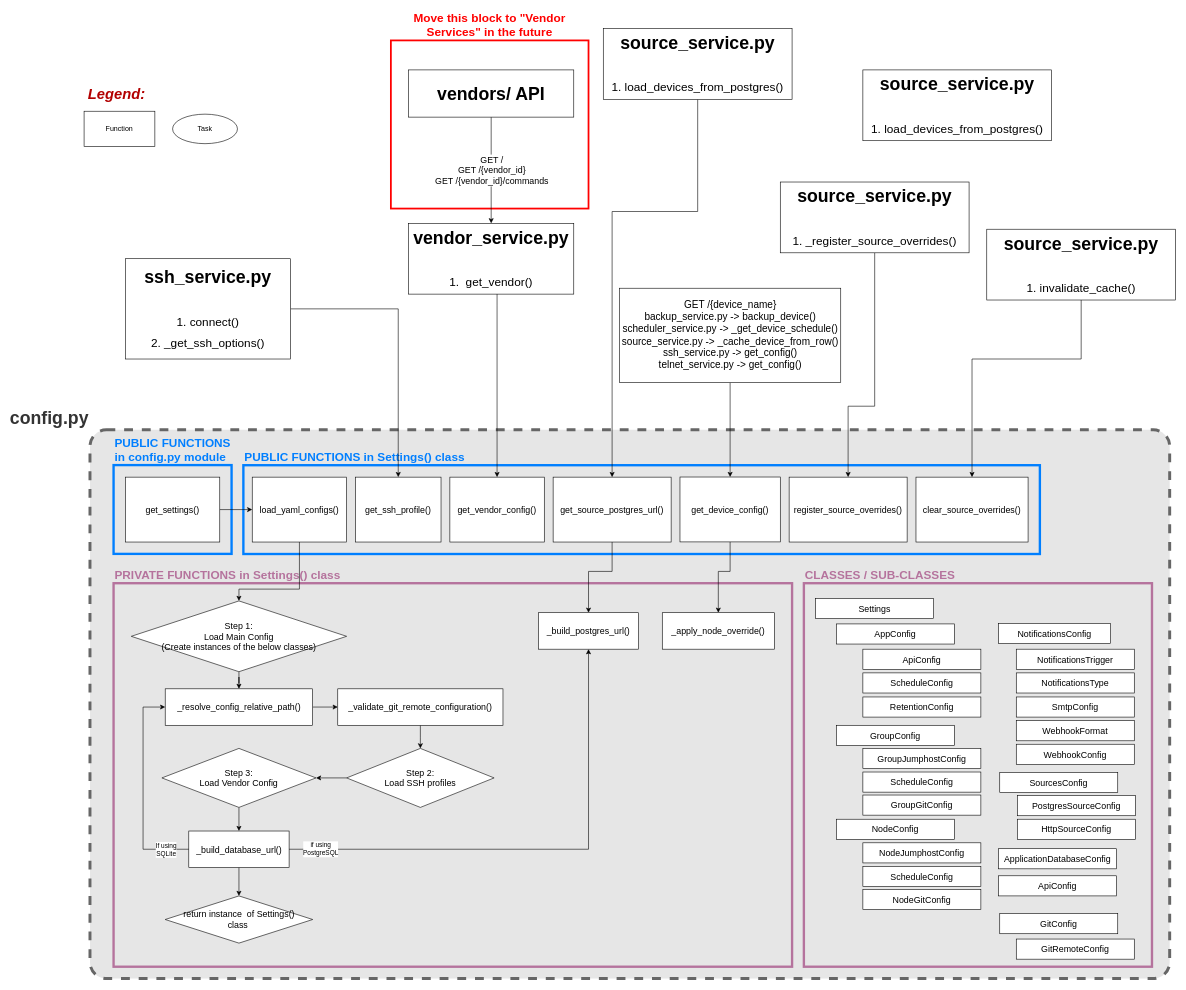
This is page "config.py" (3 of 4) of KiwiSSH.drawio from casudo/KiwiSSH, a draw.io file, before an edit. Source tidied: cells renumbered, new cells numbered last; positions are measured from the earlier drawing's top-left corner, leaving out a move shared by most shapes. Both pictures are drawn from the tidied source at 59%, with x=0, y=0 at pixel (84, 28).
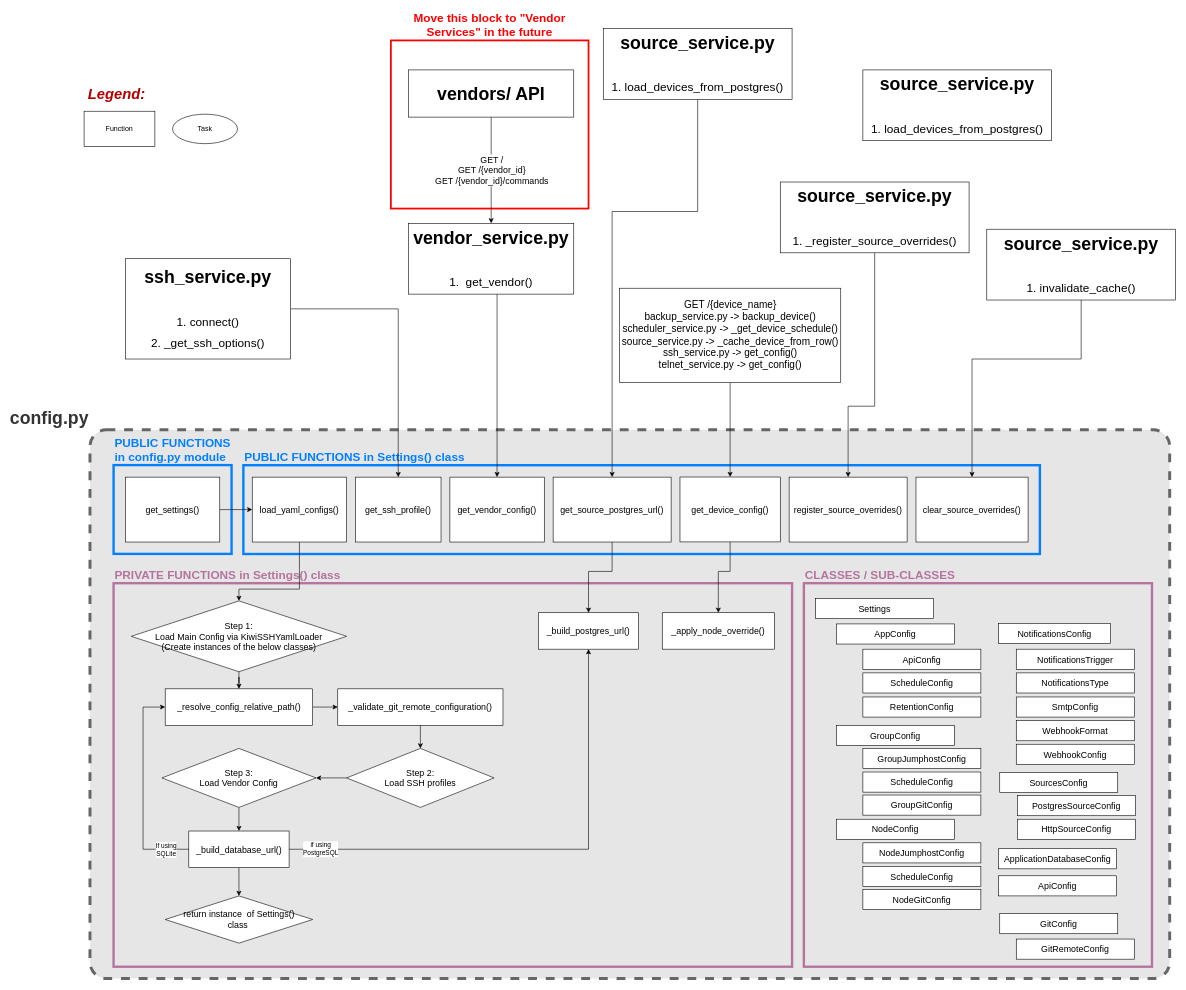
The same page after the edit.

Change to the diagram source:
```diff
@@
-    <mxCell id="34" value="Step 1:&lt;br&gt;Load Main Config&lt;br&gt;(Create instances of the below classes)" style="rhombus;whiteSpace=wrap;html=1;shapeInside=1;fontSize=15;" parent="1" vertex="1">
+    <mxCell id="34" value="Step 1:&lt;br&gt;Load Main Config via KiwiSSHYamlLoader&lt;br&gt;(Create instances of the below classes)" style="rhombus;whiteSpace=wrap;html=1;shapeInside=1;fontSize=15;" parent="1" vertex="1">
       <mxGeometry x="80" y="970" width="365" height="120" as="geometry" />
     </mxCell>
```
